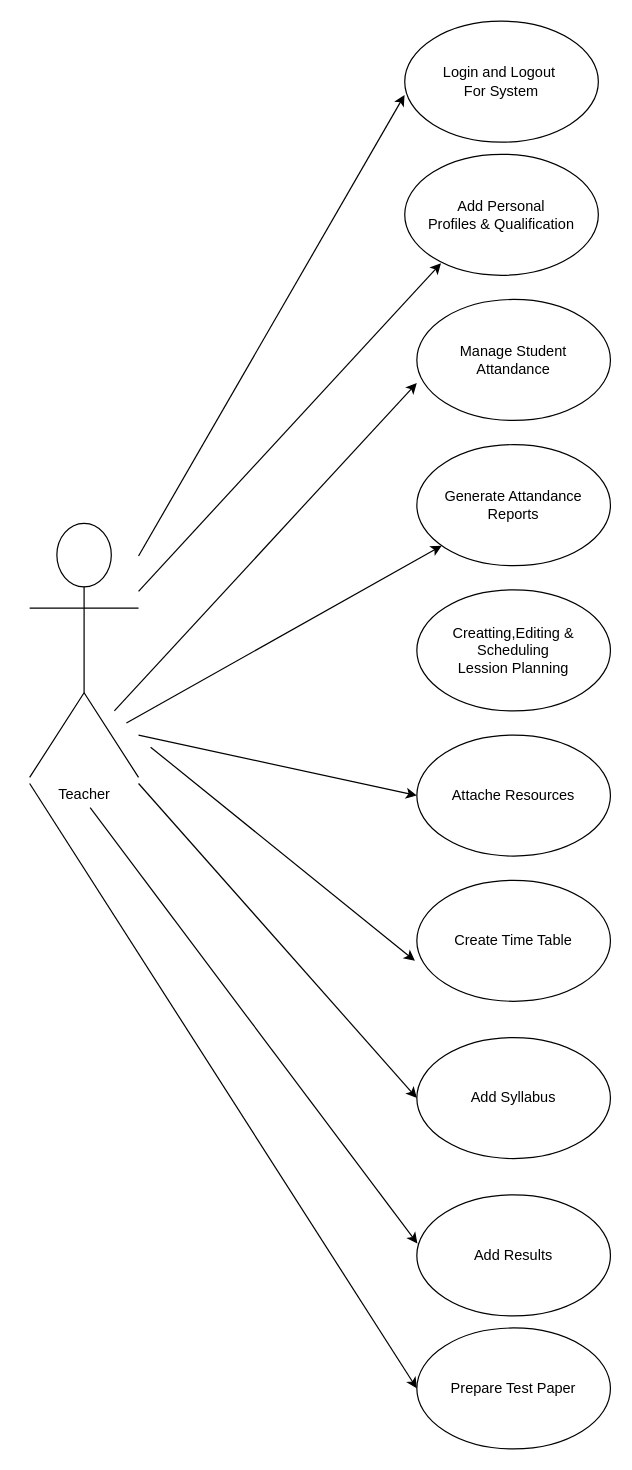
satanijatin/PythonProject keeps this draw.io diagram as Use Case Diagram/Teacher Module.drawio. Above is the earlier version. Source tidied: cells renumbered, new cells numbered last; positions are measured from the earlier drawing's top-left corner, leaving out a move shared by most shapes. Both pictures are drawn from the tidied source at 121%, with x=0, y=0 at pixel (29, 21).
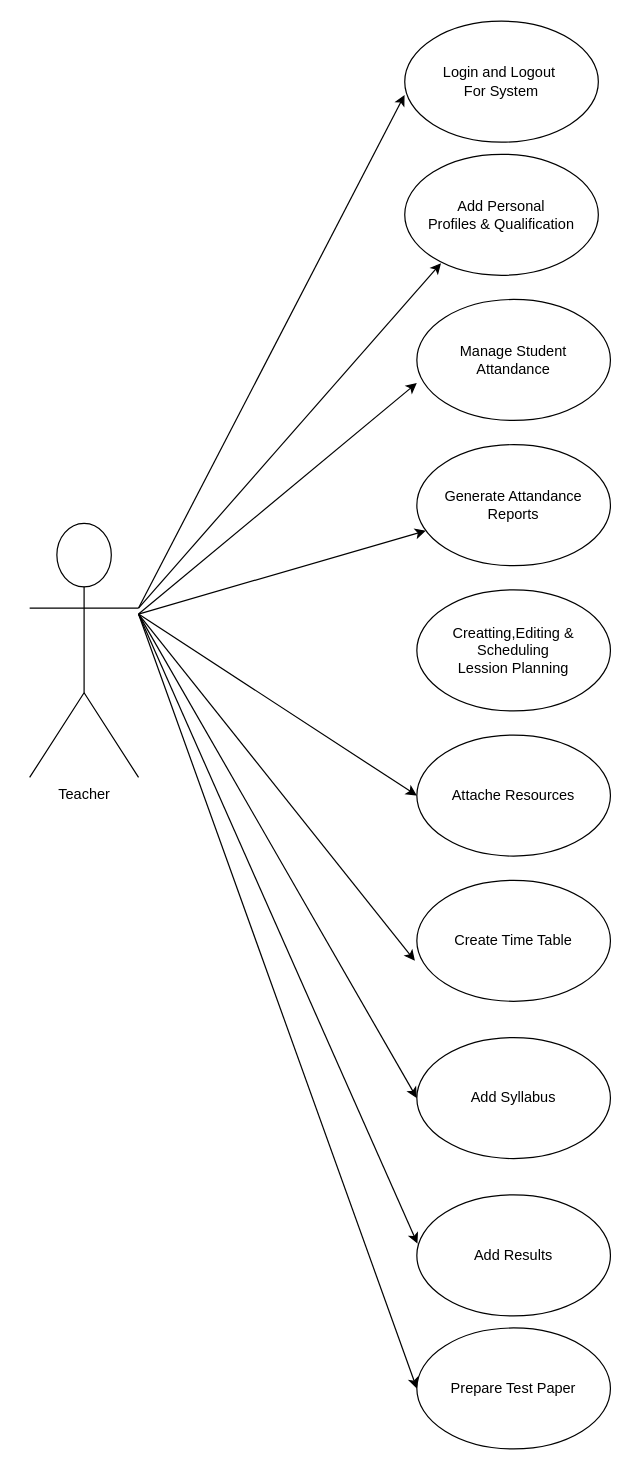
After the change.

Unchanged cells that the change refers to:
```xml
<mxCell id="2" value="Teacher" style="shape=umlActor;verticalLabelPosition=bottom;verticalAlign=top;html=1;outlineConnect=0;" parent="1" vertex="1">
  <mxGeometry y="415" width="90" height="210" as="geometry" />
</mxCell>
<mxCell id="3" value="&lt;font style=&quot;font-size: 12px;&quot;&gt;Login and Logout&amp;nbsp;&lt;br&gt;For System&lt;br&gt;&lt;/font&gt;" style="ellipse;whiteSpace=wrap;html=1;" parent="1" vertex="1">
  <mxGeometry x="310" width="160" height="100" as="geometry" />
</mxCell>
<mxCell id="6" value="Generate Attandance Reports" style="ellipse;whiteSpace=wrap;html=1;" parent="1" vertex="1">
  <mxGeometry x="320" y="350" width="160" height="100" as="geometry" />
</mxCell>
<mxCell id="8" value="Add Results" style="ellipse;whiteSpace=wrap;html=1;" parent="1" vertex="1">
  <mxGeometry x="320" y="970" width="160" height="100" as="geometry" />
</mxCell>
<mxCell id="9" value="Add Syllabus" style="ellipse;whiteSpace=wrap;html=1;" parent="1" vertex="1">
  <mxGeometry x="320" y="840" width="160" height="100" as="geometry" />
</mxCell>
<mxCell id="10" value="Create Time Table" style="ellipse;whiteSpace=wrap;html=1;" parent="1" vertex="1">
  <mxGeometry x="320" y="710" width="160" height="100" as="geometry" />
</mxCell>
<mxCell id="11" value="Attache Resources" style="ellipse;whiteSpace=wrap;html=1;" parent="1" vertex="1">
  <mxGeometry x="320" y="590" width="160" height="100" as="geometry" />
</mxCell>
<mxCell id="12" value="&lt;font style=&quot;font-size: 12px;&quot;&gt;Prepare Test Paper&lt;br&gt;&lt;/font&gt;" style="ellipse;whiteSpace=wrap;html=1;" parent="1" vertex="1">
  <mxGeometry x="320" y="1080" width="160" height="100" as="geometry" />
</mxCell>
```

The edit, as a diff of the source:
```diff
@@
-    <mxCell id="13" style="endArrow=classic;html=1;rounded=0;entryX=-0.001;entryY=0.61;entryDx=0;entryDy=0;entryPerimeter=0;" parent="1" edge="1" source="2" target="3">
+    <mxCell id="13" style="endArrow=classic;html=1;rounded=0;entryX=-0.001;entryY=0.61;entryDx=0;entryDy=0;entryPerimeter=0;exitX=1;exitY=0.3333333333333333;exitDx=0;exitDy=0;exitPerimeter=0;" parent="1" edge="1" source="2" target="3">
       <mxGeometry relative="1" as="geometry" />
     </mxCell>
-    <mxCell id="14" style="endArrow=classic;html=1;rounded=0;" parent="1" edge="1" source="2">
+    <mxCell id="14" style="endArrow=classic;html=1;rounded=0;exitX=1;exitY=0.3333333333333333;exitDx=0;exitDy=0;exitPerimeter=0;" parent="1" edge="1" source="2">
       <mxGeometry relative="1" as="geometry">
         <mxPoint x="340" y="200" as="targetPoint" />
       </mxGeometry>
     </mxCell>
     <mxCell id="15" style="endArrow=classic;html=1;rounded=0;" parent="1" edge="1">
       <mxGeometry relative="1" as="geometry">
-        <mxPoint x="70" y="570" as="sourcePoint" />
+        <mxPoint x="90" y="490" as="sourcePoint" />
         <mxPoint x="320" y="299" as="targetPoint" />
       </mxGeometry>
     </mxCell>
     <mxCell id="16" style="endArrow=classic;html=1;rounded=0;" parent="1" edge="1" target="6">
       <mxGeometry relative="1" as="geometry">
-        <mxPoint x="80" y="580" as="sourcePoint" />
+        <mxPoint x="90" y="490" as="sourcePoint" />
       </mxGeometry>
     </mxCell>
     <mxCell id="17" style="endArrow=classic;html=1;rounded=0;entryX=0;entryY=0.5;entryDx=0;entryDy=0;" parent="1" edge="1" target="11">
       <mxGeometry relative="1" as="geometry">
-        <mxPoint x="90" y="590" as="sourcePoint" />
+        <mxPoint x="90" y="490" as="sourcePoint" />
       </mxGeometry>
     </mxCell>
     <mxCell id="18" style="endArrow=classic;html=1;rounded=0;entryX=-0.01;entryY=0.666;entryDx=0;entryDy=0;entryPerimeter=0;" parent="1" edge="1" target="10">
       <mxGeometry relative="1" as="geometry">
-        <mxPoint x="100" y="600" as="sourcePoint" />
+        <mxPoint x="90" y="490" as="sourcePoint" />
       </mxGeometry>
     </mxCell>
     <mxCell id="19" style="endArrow=classic;html=1;rounded=0;entryX=0;entryY=0.5;entryDx=0;entryDy=0;" parent="1" edge="1" target="9">
       <mxGeometry relative="1" as="geometry">
-        <mxPoint x="90" y="630" as="sourcePoint" />
+        <mxPoint x="90" y="490" as="sourcePoint" />
       </mxGeometry>
     </mxCell>
     <mxCell id="20" style="endArrow=classic;html=1;rounded=0;entryX=0.003;entryY=0.403;entryDx=0;entryDy=0;entryPerimeter=0;" parent="1" edge="1" target="8">
       <mxGeometry relative="1" as="geometry">
-        <mxPoint x="50" y="650" as="sourcePoint" />
+        <mxPoint x="90" y="490" as="sourcePoint" />
       </mxGeometry>
     </mxCell>
     <mxCell id="21" style="endArrow=classic;html=1;rounded=0;entryX=0;entryY=0.5;entryDx=0;entryDy=0;" parent="1" edge="1" target="12">
       <mxGeometry relative="1" as="geometry">
-        <mxPoint y="630" as="sourcePoint" />
+        <mxPoint x="90" y="490" as="sourcePoint" />
       </mxGeometry>
     </mxCell>
```
